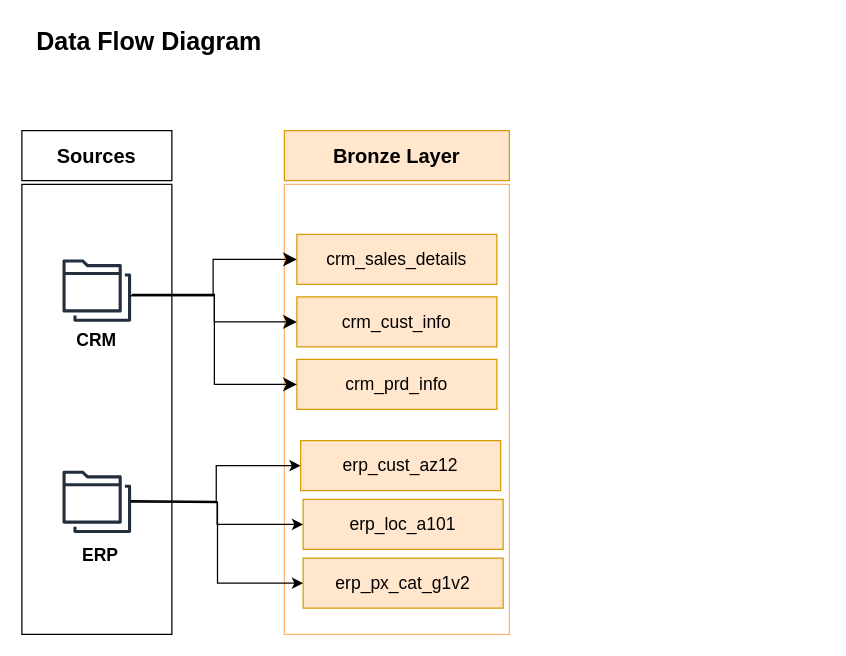
Before: docs/diagrams/data_flow.drawio in NaimZaaraoui/data-warehouse-project-v2, a draw.io diagram. Source tidied: cells renumbered, new cells numbered last; positions are measured from the earlier drawing's top-left corner, leaving out a move shared by most shapes. Both pictures are drawn from the tidied source at 125%, with x=0, y=0 at pixel (21, 21).
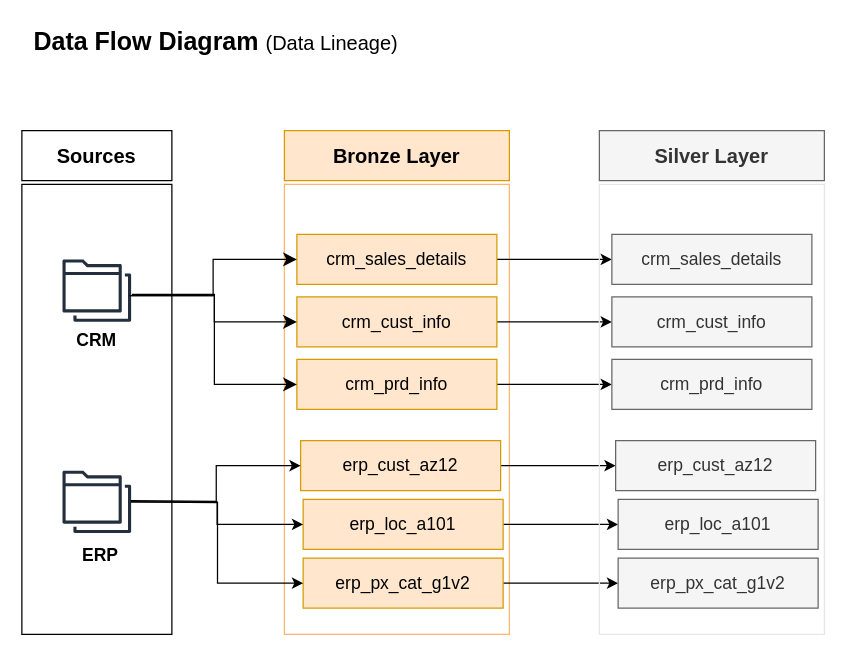
The same diagram, later.

Commit message (it also covers changes not shown here):
Update data flow diagram: add Silver layer and connections for CRM and ERP tables

The change refers to these unchanged cells:
```xml
<mxCell id="8" value="crm_sales_details" style="whiteSpace=wrap;html=1;align=center;fontSize=14;fillColor=#ffe6cc;strokeColor=#d79b00;" parent="1" vertex="1">
  <mxGeometry x="220" y="170" width="160" height="40" as="geometry" />
</mxCell>
<mxCell id="9" value="crm_cust_info" style="whiteSpace=wrap;html=1;align=center;fontSize=14;fillColor=#ffe6cc;strokeColor=#d79b00;" parent="1" vertex="1">
  <mxGeometry x="220" y="220" width="160" height="40" as="geometry" />
</mxCell>
<mxCell id="10" value="crm_prd_info" style="whiteSpace=wrap;html=1;align=center;fontSize=14;fillColor=#ffe6cc;strokeColor=#d79b00;" parent="1" vertex="1">
  <mxGeometry x="220" y="270" width="160" height="40" as="geometry" />
</mxCell>
<mxCell id="13" value="erp_cust_az12" style="whiteSpace=wrap;html=1;align=center;fontSize=14;fillColor=#ffe6cc;strokeColor=#d79b00;" parent="1" vertex="1">
  <mxGeometry x="223" y="335" width="160" height="40" as="geometry" />
</mxCell>
<mxCell id="14" value="erp_loc_a101" style="whiteSpace=wrap;html=1;align=center;fontSize=14;fillColor=#ffe6cc;strokeColor=#d79b00;" parent="1" vertex="1">
  <mxGeometry x="225" y="382" width="160" height="40" as="geometry" />
</mxCell>
<mxCell id="15" value="erp_px_cat_g1v2" style="whiteSpace=wrap;html=1;align=center;fontSize=14;fillColor=#ffe6cc;strokeColor=#d79b00;" parent="1" vertex="1">
  <mxGeometry x="225" y="429" width="160" height="40" as="geometry" />
</mxCell>
```

Change to the diagram source:
```diff
@@
+    <mxCell id="23" style="edgeStyle=orthogonalEdgeStyle;curved=1;rounded=0;jettySize=auto;html=1;exitX=1;exitY=0.5;exitDx=0;exitDy=0;entryX=0;entryY=0.5;entryDx=0;entryDy=0;" parent="1" edge="1" source="8" target="30">
+      <mxGeometry relative="1" as="geometry" />
+    </mxCell>
@@
+    <mxCell id="24" style="edgeStyle=orthogonalEdgeStyle;curved=1;rounded=0;jettySize=auto;html=1;exitX=1;exitY=0.5;exitDx=0;exitDy=0;entryX=0;entryY=0.5;entryDx=0;entryDy=0;" parent="1" edge="1" source="9" target="31">
+      <mxGeometry relative="1" as="geometry" />
+    </mxCell>
@@
+    <mxCell id="25" style="edgeStyle=orthogonalEdgeStyle;curved=1;rounded=0;jettySize=auto;html=1;exitX=1;exitY=0.5;exitDx=0;exitDy=0;entryX=0;entryY=0.5;entryDx=0;entryDy=0;" parent="1" edge="1" source="10" target="32">
+      <mxGeometry relative="1" as="geometry" />
+    </mxCell>
@@
+    <mxCell id="26" style="edgeStyle=orthogonalEdgeStyle;curved=1;rounded=0;jettySize=auto;html=1;exitX=1;exitY=0.5;exitDx=0;exitDy=0;entryX=0;entryY=0.5;entryDx=0;entryDy=0;" parent="1" edge="1" source="13" target="34">
+      <mxGeometry relative="1" as="geometry" />
+    </mxCell>
@@
+    <mxCell id="27" style="edgeStyle=orthogonalEdgeStyle;curved=1;rounded=0;jettySize=auto;html=1;exitX=1;exitY=0.5;exitDx=0;exitDy=0;entryX=0;entryY=0.5;entryDx=0;entryDy=0;" parent="1" edge="1" source="14" target="35">
+      <mxGeometry relative="1" as="geometry" />
+    </mxCell>
@@
+    <mxCell id="28" style="edgeStyle=orthogonalEdgeStyle;curved=1;rounded=0;jettySize=auto;html=1;exitX=1;exitY=0.5;exitDx=0;exitDy=0;entryX=0;entryY=0.5;entryDx=0;entryDy=0;" parent="1" edge="1" source="15" target="36">
+      <mxGeometry relative="1" as="geometry" />
+    </mxCell>
@@
-    <mxCell id="19" value="Data Flow Diagram" style="text;html=1;whiteSpace=wrap;strokeColor=none;fillColor=none;align=center;verticalAlign=middle;rounded=0;fontSize=20;fontStyle=1;" parent="1" vertex="1">
-      <mxGeometry width="204" height="30" as="geometry" />
+    <mxCell id="19" value="Data Flow Diagram &lt;span style=&quot;font-weight: normal;&quot;&gt;&lt;font style=&quot;font-size: 16px;&quot;&gt;(Data Lineage)&lt;/font&gt;&lt;/span&gt;" style="text;html=1;whiteSpace=wrap;strokeColor=none;fillColor=none;align=center;verticalAlign=middle;rounded=0;fontSize=20;fontStyle=1;" parent="1" vertex="1">
+      <mxGeometry width="311" height="30" as="geometry" />
     </mxCell>
@@
+    <mxCell id="29" style="rounded=0;whiteSpace=wrap;html=1;strokeColor=#E6E6E6;fillColor=none;" parent="1" vertex="1">
+      <mxGeometry x="462" y="130" width="180" height="360" as="geometry" />
+    </mxCell>
+    <mxCell id="30" value="crm_sales_details" style="whiteSpace=wrap;html=1;align=center;fontSize=14;fillColor=#f5f5f5;strokeColor=#666666;fontColor=#333333;" parent="1" vertex="1">
+      <mxGeometry x="472" y="170" width="160" height="40" as="geometry" />
+    </mxCell>
+    <mxCell id="31" value="crm_cust_info" style="whiteSpace=wrap;html=1;align=center;fontSize=14;fillColor=#f5f5f5;strokeColor=#666666;fontColor=#333333;" parent="1" vertex="1">
+      <mxGeometry x="472" y="220" width="160" height="40" as="geometry" />
+    </mxCell>
+    <mxCell id="32" value="crm_prd_info" style="whiteSpace=wrap;html=1;align=center;fontSize=14;fillColor=#f5f5f5;strokeColor=#666666;fontColor=#333333;" parent="1" vertex="1">
+      <mxGeometry x="472" y="270" width="160" height="40" as="geometry" />
+    </mxCell>
+    <mxCell id="33" value="Silver Layer" style="rounded=0;whiteSpace=wrap;html=1;fontSize=16;fontStyle=1;fillColor=#f5f5f5;strokeColor=#666666;fontColor=#333333;" parent="1" vertex="1">
+      <mxGeometry x="462" y="87" width="180" height="40" as="geometry" />
+    </mxCell>
+    <mxCell id="34" value="erp_cust_az12" style="whiteSpace=wrap;html=1;align=center;fontSize=14;fillColor=#f5f5f5;strokeColor=#666666;fontColor=#333333;" parent="1" vertex="1">
+      <mxGeometry x="475" y="335" width="160" height="40" as="geometry" />
+    </mxCell>
+    <mxCell id="35" value="erp_loc_a101" style="whiteSpace=wrap;html=1;align=center;fontSize=14;fillColor=#f5f5f5;strokeColor=#666666;fontColor=#333333;" parent="1" vertex="1">
+      <mxGeometry x="477" y="382" width="160" height="40" as="geometry" />
+    </mxCell>
+    <mxCell id="36" value="erp_px_cat_g1v2" style="whiteSpace=wrap;html=1;align=center;fontSize=14;fillColor=#f5f5f5;strokeColor=#666666;fontColor=#333333;" parent="1" vertex="1">
+      <mxGeometry x="477" y="429" width="160" height="40" as="geometry" />
+    </mxCell>
```
